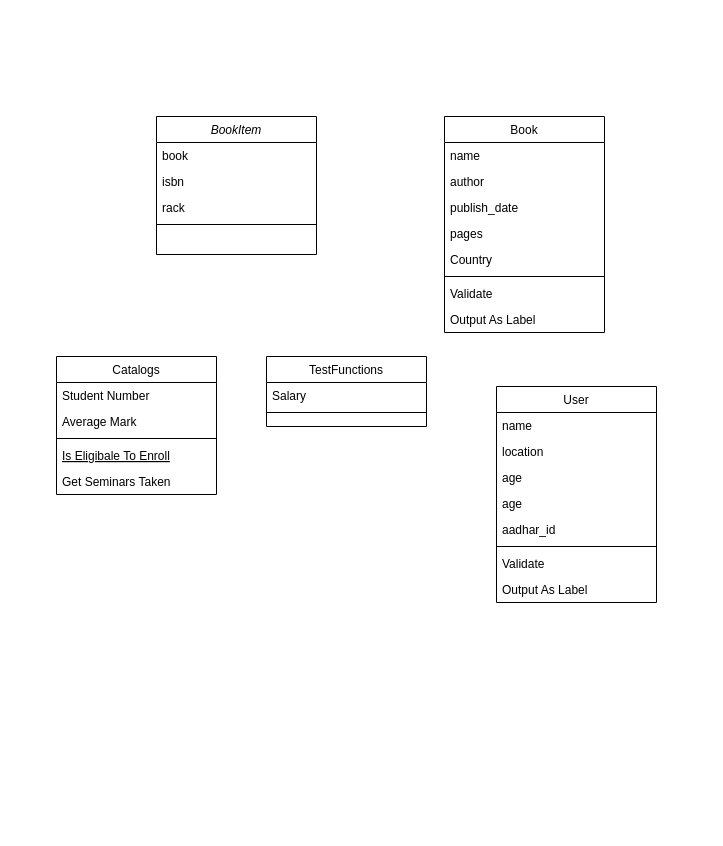
Earlier version of the draw.io diagram Untitled Diagram.drawio (pranab141032/project-1_Edyoda). Source tidied: cells renumbered, new cells numbered last; positions are measured from the earlier drawing's top-left corner, leaving out a move shared by most shapes. Both pictures are drawn from the tidied source at 100%, with x=0, y=0 at pixel (56, 116).
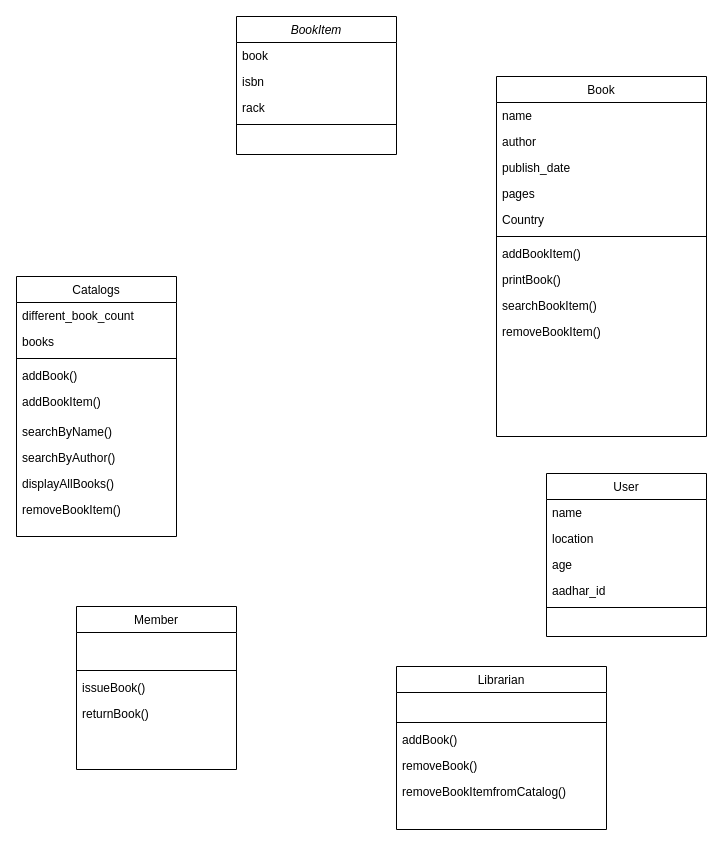
The same page after the edit.

The edit, as a diff of the source:
```diff
@@
     <mxCell id="2" value="BookItem" style="swimlane;fontStyle=2;align=center;verticalAlign=top;horizontal=1;startSize=26;rounded=0;shadow=0;strokeWidth=1;" parent="1" vertex="1">
-      <mxGeometry x="100" width="160" height="138" as="geometry" />
+      <mxGeometry x="180" y="-100" width="160" height="138" as="geometry" />
     </mxCell>
@@
-    <mxCell id="7" value="Catalogs" style="swimlane;fontStyle=0;align=center;verticalAlign=top;horizontal=1;startSize=26;rounded=0;shadow=0;strokeWidth=1;" parent="1" vertex="1">
-      <mxGeometry y="240" width="160" height="138" as="geometry" />
-    </mxCell>
-    <mxCell id="8" value="Student Number" style="text;align=left;verticalAlign=top;spacingLeft=4;spacingRight=4;overflow=hidden;" parent="7" vertex="1">
-      <mxGeometry y="26" width="160" height="26" as="geometry" />
-    </mxCell>
-    <mxCell id="9" value="Average Mark" style="text;align=left;verticalAlign=top;spacingLeft=4;spacingRight=4;overflow=hidden;rounded=0;shadow=0;html=0;" parent="7" vertex="1">
-      <mxGeometry y="52" width="160" height="26" as="geometry" />
-    </mxCell>
-    <mxCell id="10" style="line;html=1;strokeWidth=1;align=left;verticalAlign=middle;spacingTop=-1;spacingLeft=3;spacingRight=3;labelPosition=right;" parent="7" vertex="1">
-      <mxGeometry y="78" width="160" height="8" as="geometry" />
-    </mxCell>
-    <mxCell id="11" value="Is Eligibale To Enroll" style="text;align=left;verticalAlign=top;spacingLeft=4;spacingRight=4;overflow=hidden;fontStyle=4;" parent="7" vertex="1">
-      <mxGeometry y="86" width="160" height="26" as="geometry" />
-    </mxCell>
-    <mxCell id="12" value="Get Seminars Taken" style="text;align=left;verticalAlign=top;spacingLeft=4;spacingRight=4;overflow=hidden;" parent="7" vertex="1">
-      <mxGeometry y="112" width="160" height="26" as="geometry" />
-    </mxCell>
-    <mxCell id="13" value="TestFunctions" style="swimlane;fontStyle=0;align=center;verticalAlign=top;horizontal=1;startSize=26;rounded=0;shadow=0;strokeWidth=1;" parent="1" vertex="1">
-      <mxGeometry x="210" y="240" width="160" height="70" as="geometry" />
-    </mxCell>
-    <mxCell id="14" value="Salary" style="text;align=left;verticalAlign=top;spacingLeft=4;spacingRight=4;overflow=hidden;" parent="13" vertex="1">
-      <mxGeometry y="26" width="160" height="26" as="geometry" />
-    </mxCell>
-    <mxCell id="15" style="line;html=1;strokeWidth=1;align=left;verticalAlign=middle;spacingTop=-1;spacingLeft=3;spacingRight=3;labelPosition=right;" parent="13" vertex="1">
-      <mxGeometry y="52" width="160" height="8" as="geometry" />
-    </mxCell>
     <mxCell id="16" value="Book" style="swimlane;fontStyle=0;align=center;verticalAlign=top;horizontal=1;startSize=26;rounded=0;shadow=0;strokeWidth=1;" parent="1" vertex="1">
-      <mxGeometry x="388" width="160" height="216" as="geometry" />
+      <mxGeometry x="440" y="-40" width="210" height="360" as="geometry" />
     </mxCell>
     <mxCell id="17" value="name" style="text;align=left;verticalAlign=top;spacingLeft=4;spacingRight=4;overflow=hidden;" parent="16" vertex="1">
-      <mxGeometry y="26" width="160" height="26" as="geometry" />
+      <mxGeometry y="26" width="210" height="26" as="geometry" />
     </mxCell>
     <mxCell id="18" value="author" style="text;align=left;verticalAlign=top;spacingLeft=4;spacingRight=4;overflow=hidden;rounded=0;shadow=0;html=0;" parent="16" vertex="1">
-      <mxGeometry y="52" width="160" height="26" as="geometry" />
+      <mxGeometry y="52" width="210" height="26" as="geometry" />
     </mxCell>
     <mxCell id="19" value="publish_date" style="text;align=left;verticalAlign=top;spacingLeft=4;spacingRight=4;overflow=hidden;rounded=0;shadow=0;html=0;" parent="16" vertex="1">
-      <mxGeometry y="78" width="160" height="26" as="geometry" />
+      <mxGeometry y="78" width="210" height="26" as="geometry" />
     </mxCell>
     <mxCell id="20" value="pages" style="text;align=left;verticalAlign=top;spacingLeft=4;spacingRight=4;overflow=hidden;rounded=0;shadow=0;html=0;" parent="16" vertex="1">
-      <mxGeometry y="104" width="160" height="26" as="geometry" />
+      <mxGeometry y="104" width="210" height="26" as="geometry" />
     </mxCell>
     <mxCell id="21" value="Country" style="text;align=left;verticalAlign=top;spacingLeft=4;spacingRight=4;overflow=hidden;rounded=0;shadow=0;html=0;" parent="16" vertex="1">
-      <mxGeometry y="130" width="160" height="26" as="geometry" />
+      <mxGeometry y="130" width="210" height="26" as="geometry" />
     </mxCell>
     <mxCell id="22" style="line;html=1;strokeWidth=1;align=left;verticalAlign=middle;spacingTop=-1;spacingLeft=3;spacingRight=3;labelPosition=right;" parent="16" vertex="1">
-      <mxGeometry y="156" width="160" height="8" as="geometry" />
+      <mxGeometry y="156" width="210" height="8" as="geometry" />
     </mxCell>
-    <mxCell id="23" value="Validate" style="text;align=left;verticalAlign=top;spacingLeft=4;spacingRight=4;overflow=hidden;" parent="16" vertex="1">
-      <mxGeometry y="164" width="160" height="26" as="geometry" />
+    <mxCell id="23" value="addBookItem()" style="text;align=left;verticalAlign=top;spacingLeft=4;spacingRight=4;overflow=hidden;" parent="16" vertex="1">
+      <mxGeometry y="164" width="210" height="26" as="geometry" />
     </mxCell>
-    <mxCell id="24" value="Output As Label" style="text;align=left;verticalAlign=top;spacingLeft=4;spacingRight=4;overflow=hidden;" parent="16" vertex="1">
-      <mxGeometry y="190" width="160" height="26" as="geometry" />
+    <mxCell id="24" value="printBook()" style="text;align=left;verticalAlign=top;spacingLeft=4;spacingRight=4;overflow=hidden;" parent="16" vertex="1">
+      <mxGeometry y="190" width="210" height="26" as="geometry" />
     </mxCell>
+    <mxCell id="34" value="searchBookItem()" style="text;align=left;verticalAlign=top;spacingLeft=4;spacingRight=4;overflow=hidden;fontStyle=0;" parent="16" vertex="1">
+      <mxGeometry y="216" width="210" height="26" as="geometry" />
+    </mxCell>
+    <mxCell id="35" value="removeBookItem()" style="text;align=left;verticalAlign=top;spacingLeft=4;spacingRight=4;overflow=hidden;fontStyle=0;" parent="16" vertex="1">
+      <mxGeometry y="242" width="210" height="26" as="geometry" />
+    </mxCell>
+    <mxCell id="7" value="Catalogs" style="swimlane;fontStyle=0;align=center;verticalAlign=top;horizontal=1;startSize=26;rounded=0;shadow=0;strokeWidth=1;" parent="1" vertex="1">
+      <mxGeometry x="-40" y="160" width="160" height="260" as="geometry" />
+    </mxCell>
+    <mxCell id="8" value="different_book_count" style="text;align=left;verticalAlign=top;spacingLeft=4;spacingRight=4;overflow=hidden;" parent="7" vertex="1">
+      <mxGeometry y="26" width="160" height="26" as="geometry" />
+    </mxCell>
+    <mxCell id="9" value="books" style="text;align=left;verticalAlign=top;spacingLeft=4;spacingRight=4;overflow=hidden;rounded=0;shadow=0;html=0;" parent="7" vertex="1">
+      <mxGeometry y="52" width="160" height="26" as="geometry" />
+    </mxCell>
+    <mxCell id="10" style="line;html=1;strokeWidth=1;align=left;verticalAlign=middle;spacingTop=-1;spacingLeft=3;spacingRight=3;labelPosition=right;" parent="7" vertex="1">
+      <mxGeometry y="78" width="160" height="8" as="geometry" />
+    </mxCell>
+    <mxCell id="11" value="addBook()&#10;" style="text;align=left;verticalAlign=top;spacingLeft=4;spacingRight=4;overflow=hidden;fontStyle=0;" parent="7" vertex="1">
+      <mxGeometry y="86" width="160" height="26" as="geometry" />
+    </mxCell>
+    <mxCell id="12" value="addBookItem()" style="text;align=left;verticalAlign=top;spacingLeft=4;spacingRight=4;overflow=hidden;" parent="7" vertex="1">
+      <mxGeometry y="112" width="160" height="30" as="geometry" />
+    </mxCell>
+    <mxCell id="36" value="searchByName()" style="text;align=left;verticalAlign=top;spacingLeft=4;spacingRight=4;overflow=hidden;fontStyle=0;" parent="7" vertex="1">
+      <mxGeometry y="142" width="160" height="26" as="geometry" />
+    </mxCell>
+    <mxCell id="37" value="searchByAuthor()" style="text;align=left;verticalAlign=top;spacingLeft=4;spacingRight=4;overflow=hidden;fontStyle=0;" parent="7" vertex="1">
+      <mxGeometry y="168" width="160" height="26" as="geometry" />
+    </mxCell>
+    <mxCell id="38" value="displayAllBooks()" style="text;align=left;verticalAlign=top;spacingLeft=4;spacingRight=4;overflow=hidden;fontStyle=0;" parent="7" vertex="1">
+      <mxGeometry y="194" width="160" height="26" as="geometry" />
+    </mxCell>
+    <mxCell id="39" value="removeBookItem()" style="text;align=left;verticalAlign=top;spacingLeft=4;spacingRight=4;overflow=hidden;fontStyle=0;" parent="7" vertex="1">
+      <mxGeometry y="220" width="160" height="26" as="geometry" />
+    </mxCell>
     <mxCell id="25" value="User" style="swimlane;fontStyle=0;align=center;verticalAlign=top;horizontal=1;startSize=26;rounded=0;shadow=0;strokeWidth=1;" parent="1" vertex="1">
-      <mxGeometry x="440" y="270" width="160" height="216" as="geometry" />
+      <mxGeometry x="490" y="357" width="160" height="163" as="geometry" />
     </mxCell>
@@
-    <mxCell id="29" value="age" style="text;align=left;verticalAlign=top;spacingLeft=4;spacingRight=4;overflow=hidden;rounded=0;shadow=0;html=0;" parent="25" vertex="1">
-      <mxGeometry y="104" width="160" height="26" as="geometry" />
-    </mxCell>
     <mxCell id="30" value="aadhar_id" style="text;align=left;verticalAlign=top;spacingLeft=4;spacingRight=4;overflow=hidden;rounded=0;shadow=0;html=0;" parent="25" vertex="1">
-      <mxGeometry y="130" width="160" height="26" as="geometry" />
+      <mxGeometry y="104" width="160" height="26" as="geometry" />
     </mxCell>
     <mxCell id="31" style="line;html=1;strokeWidth=1;align=left;verticalAlign=middle;spacingTop=-1;spacingLeft=3;spacingRight=3;labelPosition=right;" parent="25" vertex="1">
-      <mxGeometry y="156" width="160" height="8" as="geometry" />
+      <mxGeometry y="130" width="160" height="8" as="geometry" />
     </mxCell>
-    <mxCell id="32" value="Validate" style="text;align=left;verticalAlign=top;spacingLeft=4;spacingRight=4;overflow=hidden;" parent="25" vertex="1">
-      <mxGeometry y="164" width="160" height="26" as="geometry" />
-    </mxCell>
-    <mxCell id="33" value="Output As Label" style="text;align=left;verticalAlign=top;spacingLeft=4;spacingRight=4;overflow=hidden;" parent="25" vertex="1">
-      <mxGeometry y="190" width="160" height="26" as="geometry" />
-    </mxCell>
+    <mxCell id="40" value="Member" style="swimlane;fontStyle=0;align=center;verticalAlign=top;horizontal=1;startSize=26;rounded=0;shadow=0;strokeWidth=1;" parent="1" vertex="1">
+      <mxGeometry x="20" y="490" width="160" height="163" as="geometry" />
+    </mxCell>
+    <mxCell id="41" value=" " style="text;align=left;verticalAlign=top;spacingLeft=4;spacingRight=4;overflow=hidden;rounded=0;shadow=0;html=0;" parent="40" vertex="1">
+      <mxGeometry y="26" width="160" height="34" as="geometry" />
+    </mxCell>
+    <mxCell id="42" style="line;html=1;strokeWidth=1;align=left;verticalAlign=middle;spacingTop=-1;spacingLeft=3;spacingRight=3;labelPosition=right;" parent="40" vertex="1">
+      <mxGeometry y="60" width="160" height="8" as="geometry" />
+    </mxCell>
+    <mxCell id="43" value="issueBook()" style="text;align=left;verticalAlign=top;spacingLeft=4;spacingRight=4;overflow=hidden;" parent="40" vertex="1">
+      <mxGeometry y="68" width="160" height="26" as="geometry" />
+    </mxCell>
+    <mxCell id="44" value="returnBook()" style="text;align=left;verticalAlign=top;spacingLeft=4;spacingRight=4;overflow=hidden;" parent="40" vertex="1">
+      <mxGeometry y="94" width="160" height="26" as="geometry" />
+    </mxCell>
+    <mxCell id="45" value="Librarian" style="swimlane;fontStyle=0;align=center;verticalAlign=top;horizontal=1;startSize=26;rounded=0;shadow=0;strokeWidth=1;" parent="1" vertex="1">
+      <mxGeometry x="340" y="550" width="210" height="163" as="geometry" />
+    </mxCell>
+    <mxCell id="46" value="  " style="text;align=left;verticalAlign=top;spacingLeft=4;spacingRight=4;overflow=hidden;rounded=0;shadow=0;html=0;" parent="45" vertex="1">
+      <mxGeometry y="26" width="210" height="26" as="geometry" />
+    </mxCell>
+    <mxCell id="47" style="line;html=1;strokeWidth=1;align=left;verticalAlign=middle;spacingTop=-1;spacingLeft=3;spacingRight=3;labelPosition=right;" parent="45" vertex="1">
+      <mxGeometry y="52" width="210" height="8" as="geometry" />
+    </mxCell>
+    <mxCell id="48" value="addBook()" style="text;align=left;verticalAlign=top;spacingLeft=4;spacingRight=4;overflow=hidden;" parent="45" vertex="1">
+      <mxGeometry y="60" width="210" height="26" as="geometry" />
+    </mxCell>
+    <mxCell id="49" value="removeBook()" style="text;align=left;verticalAlign=top;spacingLeft=4;spacingRight=4;overflow=hidden;" parent="45" vertex="1">
+      <mxGeometry y="86" width="210" height="26" as="geometry" />
+    </mxCell>
+    <mxCell id="50" value="removeBookItemfromCatalog()" style="text;align=left;verticalAlign=top;spacingLeft=4;spacingRight=4;overflow=hidden;" parent="45" vertex="1">
+      <mxGeometry y="112" width="210" height="26" as="geometry" />
+    </mxCell>
```
